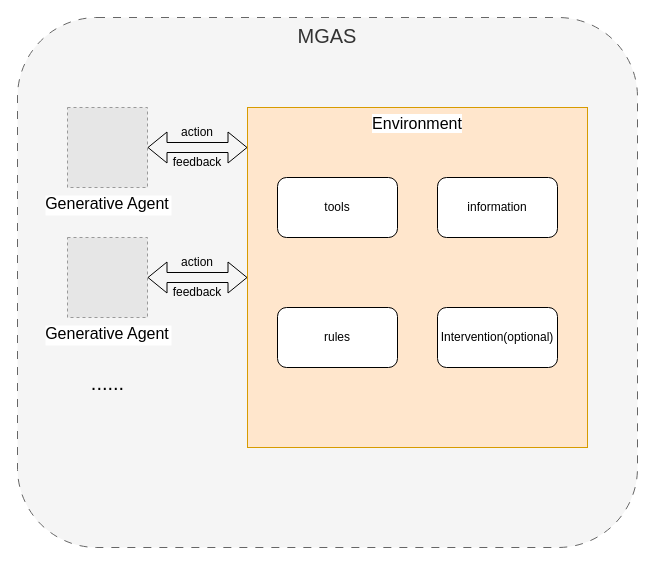
Earlier version of the draw.io diagram page "Construction_simulation" (3 of 5) of Sim_Survey.drawio (bianhua-12/Multi-generative_Agent_System_survey). Source tidied: cells renumbered, new cells numbered last; positions are measured from the earlier drawing's top-left corner, leaving out a move shared by most shapes. Both pictures are drawn from the tidied source at 100%, with x=0, y=0 at pixel (17, 17). Pictures stored in the file or linked from it are replaced by grey dashed boxes.
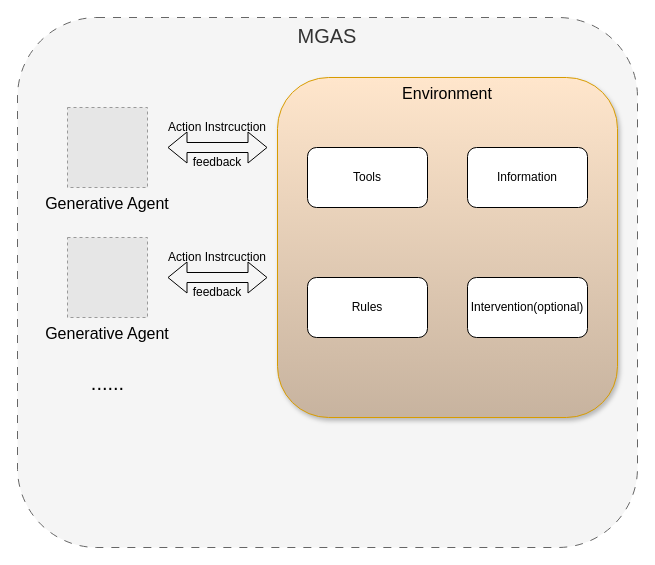
The same page after the edit.

What changed in the source:
```diff
@@
+    <mxCell id="4" value="Generative Agent" style="fillColor=#E6E6E6;strokeColor=#999999;dashed=1;verticalLabelPosition=bottom;labelBackgroundColor=none;verticalAlign=top;fontSize=16;" parent="1" vertex="1">
+      <mxGeometry x="50" y="90" width="80" height="80" as="geometry" />
+    </mxCell>
+    <mxCell id="6" value="Generative Agent" style="fillColor=#E6E6E6;strokeColor=#999999;dashed=1;verticalLabelPosition=bottom;labelBackgroundColor=none;verticalAlign=top;fontSize=16;" parent="1" vertex="1">
+      <mxGeometry x="50" y="220" width="80" height="80" as="geometry" />
+    </mxCell>
+    <mxCell id="8" value="......" style="text;html=1;align=center;verticalAlign=middle;strokeColor=none;fillColor=none;fontSize=20;" parent="1" vertex="1">
+      <mxGeometry x="60" y="345" width="60" height="40" as="geometry" />
+    </mxCell>
+    <mxCell id="17" style="group;rounded=1;" parent="1" vertex="1">
+      <mxGeometry x="260" y="60" width="340" height="340" as="geometry" />
+    </mxCell>
-    <mxCell id="3" value="Environment" style="whiteSpace=wrap;html=1;verticalAlign=top;labelBackgroundColor=default;fontSize=16;fillColor=#ffe6cc;strokeColor=#d79b00;" parent="1" vertex="1">
-      <mxGeometry x="230" y="90" width="340" height="340" as="geometry" />
+    <mxCell id="3" value="Environment" style="whiteSpace=wrap;html=1;verticalAlign=top;labelBackgroundColor=none;fontSize=16;fillColor=#ffe6cc;strokeColor=#d79b00;rounded=1;shadow=1;glass=0;gradientColor=#C7B39F;" parent="17" vertex="1">
+      <mxGeometry width="340" height="340" as="geometry" />
     </mxCell>
-    <mxCell id="4" value="Generative Agent" style="fillColor=#E6E6E6;strokeColor=#999999;dashed=1;verticalLabelPosition=bottom;labelBackgroundColor=default;verticalAlign=top;fontSize=16;" parent="1" vertex="1">
-      <mxGeometry x="50" y="90" width="80" height="80" as="geometry" />
-    </mxCell>
-    <mxCell id="5" style="shape=flexArrow;endArrow=classic;startArrow=classic;html=1;rounded=0;" parent="1" edge="1" source="4">
-      <mxGeometry relative="1" as="geometry">
-        <mxPoint x="230" y="130" as="targetPoint" />
-      </mxGeometry>
-    </mxCell>
-    <mxCell id="6" value="Generative Agent" style="fillColor=#E6E6E6;strokeColor=#999999;dashed=1;verticalLabelPosition=bottom;labelBackgroundColor=default;verticalAlign=top;fontSize=16;" parent="1" vertex="1">
-      <mxGeometry x="50" y="220" width="80" height="80" as="geometry" />
-    </mxCell>
-    <mxCell id="7" style="shape=flexArrow;endArrow=classic;startArrow=classic;html=1;rounded=0;entryX=0;entryY=0.5;entryDx=0;entryDy=0;" parent="1" edge="1" source="6" target="3">
-      <mxGeometry relative="1" as="geometry" />
-    </mxCell>
-    <mxCell id="8" value="......" style="text;html=1;align=center;verticalAlign=middle;strokeColor=none;fillColor=none;fontSize=20;" parent="1" vertex="1">
-      <mxGeometry x="60" y="345" width="60" height="40" as="geometry" />
-    </mxCell>
-    <mxCell id="9" value="action" style="text;html=1;align=center;verticalAlign=middle;whiteSpace=wrap;rounded=0;" parent="1" vertex="1">
-      <mxGeometry x="150" y="100" width="60" height="30" as="geometry" />
-    </mxCell>
-    <mxCell id="10" value="feedback" style="text;html=1;align=center;verticalAlign=middle;whiteSpace=wrap;rounded=0;" parent="1" vertex="1">
-      <mxGeometry x="150" y="130" width="60" height="30" as="geometry" />
-    </mxCell>
-    <mxCell id="11" value="action" style="text;html=1;align=center;verticalAlign=middle;whiteSpace=wrap;rounded=0;" parent="1" vertex="1">
-      <mxGeometry x="150" y="230" width="60" height="30" as="geometry" />
-    </mxCell>
-    <mxCell id="12" value="feedback" style="text;html=1;align=center;verticalAlign=middle;whiteSpace=wrap;rounded=0;" parent="1" vertex="1">
-      <mxGeometry x="150" y="260" width="60" height="30" as="geometry" />
-    </mxCell>
-    <mxCell id="13" value="tools" style="rounded=1;whiteSpace=wrap;html=1;" parent="1" vertex="1">
-      <mxGeometry x="260" y="160" width="120" height="60" as="geometry" />
+    <mxCell id="13" value="Tools" style="rounded=1;whiteSpace=wrap;html=1;" parent="17" vertex="1">
+      <mxGeometry x="30" y="70" width="120" height="60" as="geometry" />
     </mxCell>
-    <mxCell id="14" value="information" style="rounded=1;whiteSpace=wrap;html=1;" parent="1" vertex="1">
-      <mxGeometry x="420" y="160" width="120" height="60" as="geometry" />
+    <mxCell id="14" value="Information" style="rounded=1;whiteSpace=wrap;html=1;" parent="17" vertex="1">
+      <mxGeometry x="190" y="70" width="120" height="60" as="geometry" />
     </mxCell>
-    <mxCell id="15" value="rules" style="rounded=1;whiteSpace=wrap;html=1;" parent="1" vertex="1">
-      <mxGeometry x="260" y="290" width="120" height="60" as="geometry" />
+    <mxCell id="15" value="Rules" style="rounded=1;whiteSpace=wrap;html=1;" parent="17" vertex="1">
+      <mxGeometry x="30" y="200" width="120" height="60" as="geometry" />
     </mxCell>
-    <mxCell id="16" value="Intervention(optional)" style="rounded=1;whiteSpace=wrap;html=1;" parent="1" vertex="1">
-      <mxGeometry x="420" y="290" width="120" height="60" as="geometry" />
+    <mxCell id="16" value="Intervention(optional)" style="rounded=1;whiteSpace=wrap;html=1;" parent="17" vertex="1">
+      <mxGeometry x="190" y="200" width="120" height="60" as="geometry" />
     </mxCell>
+    <mxCell id="18" style="group;" parent="1" vertex="1">
+      <mxGeometry x="140" y="90" width="120" height="300" as="geometry" />
+    </mxCell>
+    <mxCell id="5" style="shape=flexArrow;endArrow=classic;startArrow=classic;html=1;rounded=0;" parent="18" edge="1">
+      <mxGeometry relative="1" as="geometry">
+        <mxPoint x="10" y="40" as="sourcePoint" />
+        <mxPoint x="110" y="40" as="targetPoint" />
+      </mxGeometry>
+    </mxCell>
+    <mxCell id="9" value="Action Instrcuction" style="text;html=1;align=center;verticalAlign=middle;whiteSpace=wrap;rounded=0;" parent="18" vertex="1">
+      <mxGeometry y="10" width="120" height="20" as="geometry" />
+    </mxCell>
+    <mxCell id="10" value="feedback" style="text;html=1;align=center;verticalAlign=middle;whiteSpace=wrap;rounded=0;" parent="18" vertex="1">
+      <mxGeometry x="30" y="40" width="60" height="30" as="geometry" />
+    </mxCell>
+    <mxCell id="19" style="group;" parent="18" vertex="1">
+      <mxGeometry y="130" width="120" height="170" as="geometry" />
+    </mxCell>
+    <mxCell id="20" style="shape=flexArrow;endArrow=classic;startArrow=classic;html=1;rounded=0;" parent="19" edge="1">
+      <mxGeometry relative="1" as="geometry">
+        <mxPoint x="10" y="40" as="sourcePoint" />
+        <mxPoint x="110" y="40" as="targetPoint" />
+      </mxGeometry>
+    </mxCell>
+    <mxCell id="21" value="Action Instrcuction" style="text;html=1;align=center;verticalAlign=middle;whiteSpace=wrap;rounded=0;" parent="19" vertex="1">
+      <mxGeometry y="10" width="120" height="20" as="geometry" />
+    </mxCell>
+    <mxCell id="12" value="feedback" style="text;html=1;align=center;verticalAlign=middle;whiteSpace=wrap;rounded=0;" parent="19" vertex="1">
+      <mxGeometry x="30" y="40" width="60" height="30" as="geometry" />
+    </mxCell>
```
